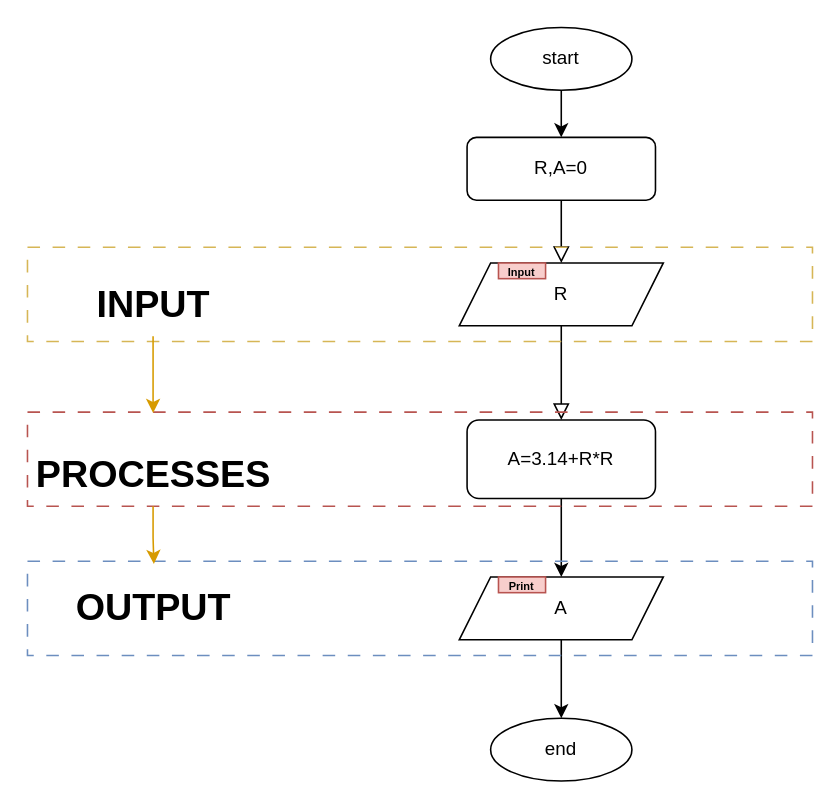
The draw.io diagram page "01 – Circle Area" (1 of 2) of algorithms.drawio in KroNton/Algorithms-exercises, before the edit. Source tidied: cells renumbered, new cells numbered last; positions are measured from the earlier drawing's top-left corner, leaving out a move shared by most shapes. Both pictures are drawn from the tidied source at 157%, with x=0, y=0 at pixel (27, 27).
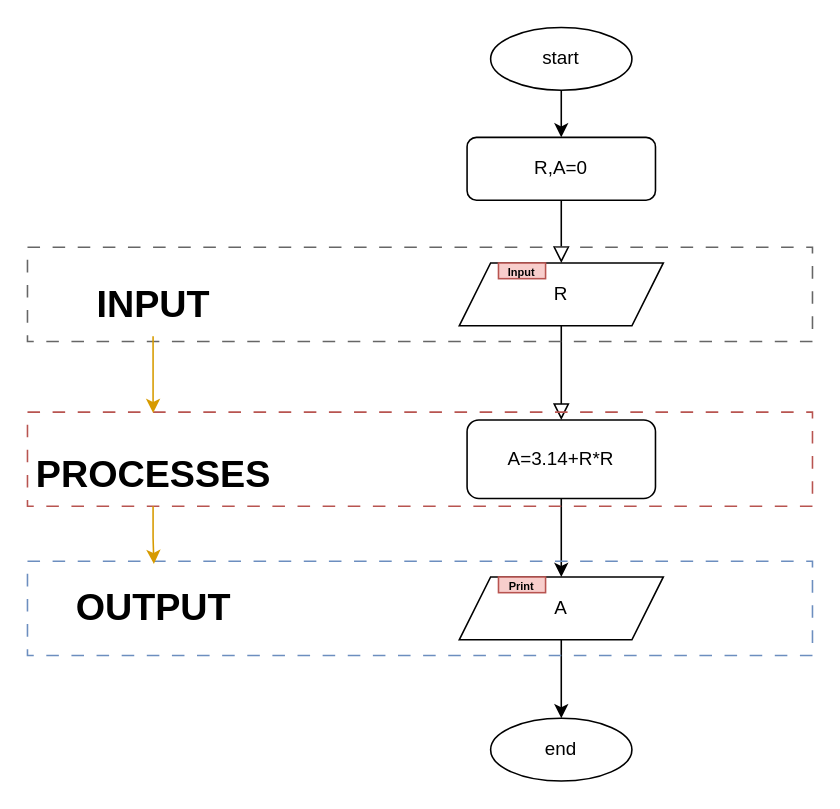
The same page after the edit.

Change to the diagram source:
```diff
@@
-    <mxCell id="17" style="group;fillColor=none;strokeColor=#d6b656;dashed=1;dashPattern=8 8;" parent="1" vertex="1">
+    <mxCell id="17" style="group;fillColor=none;strokeColor=#666666;dashed=1;dashPattern=8 8;fontColor=#333333;" parent="1" vertex="1">
       <mxGeometry y="140" width="500" height="60" as="geometry" />
     </mxCell>
```
